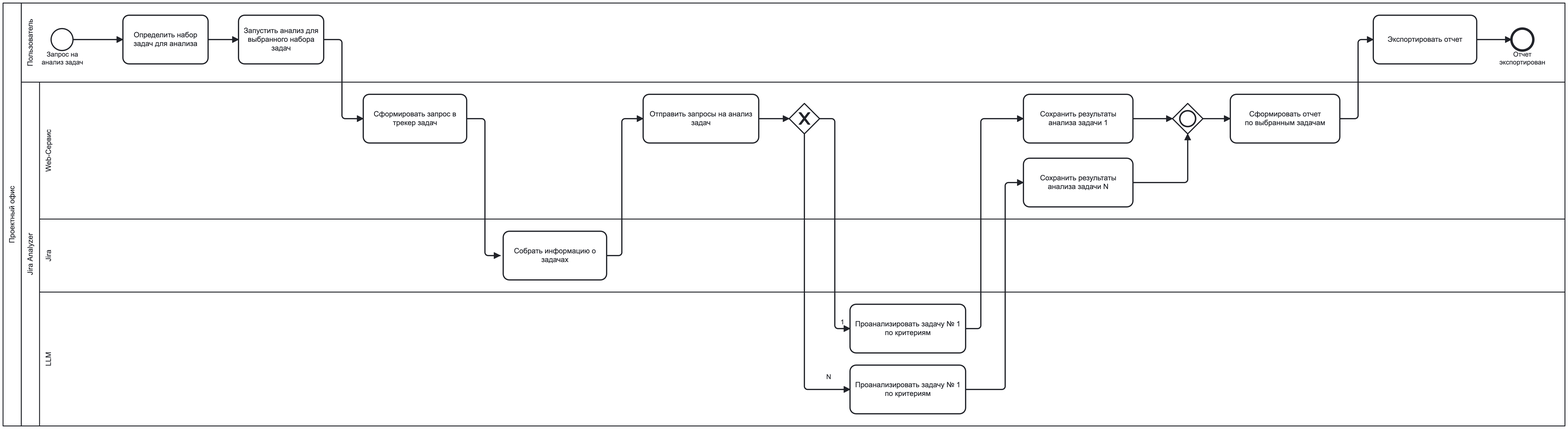
vladuslavivanov/jira_analyzer keeps this BPMN diagram as docs/resources/BPMN/TO_BE_detailed.png. Above is the earlier version. Its source is kept beside it as docs/resources/BPMN/TO_BE_detailed.bpmn. Ids are renumbered.
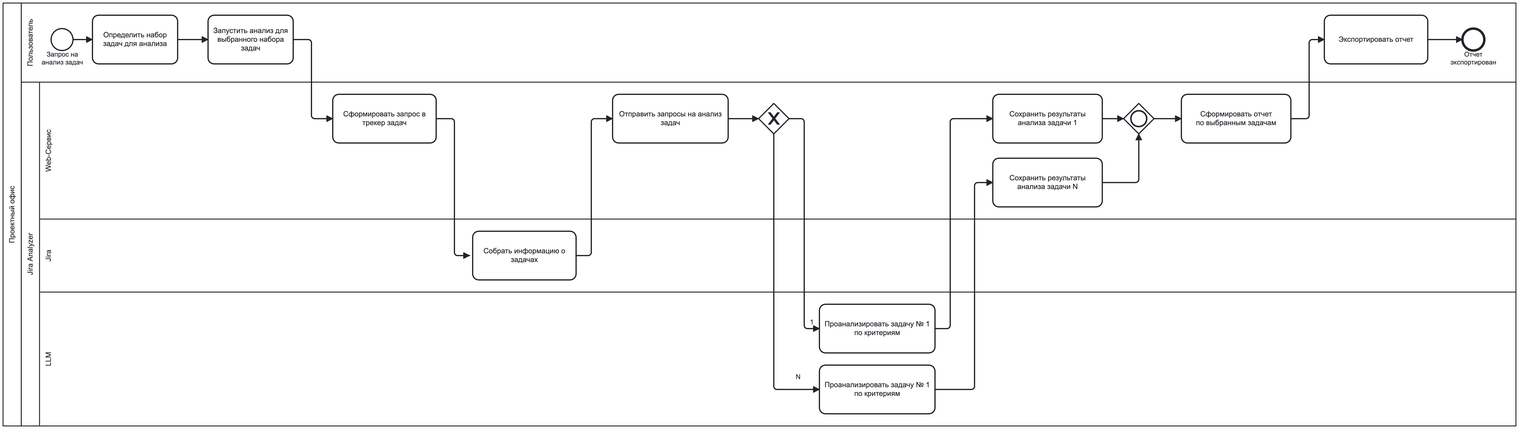
After the commit.

Commit message:
update spaces on BPMN diagrams to make it similar

Diff of the diagram source:
```diff
@@ -48,10 +48,6 @@
     <bpmn:sequenceFlow id="Flow_7" sourceRef="Task_SendJiraRequest" targetRef="Activity_n4" />
     <bpmn:sequenceFlow id="Flow_n21" sourceRef="Task_OpenAnalyzer" targetRef="Activity_n18" />
     <bpmn:sequenceFlow id="Flow_1" sourceRef="StartEvent_1" targetRef="Task_OpenAnalyzer" />
-    <bpmn:task id="Task_OpenAnalyzer" name="Определить набор задач для анализа">
-      <bpmn:incoming>Flow_1</bpmn:incoming>
-      <bpmn:outgoing>Flow_n21</bpmn:outgoing>
-    </bpmn:task>
     <bpmn:startEvent id="StartEvent_1" name="Запрос на анализ задач">
       <bpmn:outgoing>Flow_1</bpmn:outgoing>
     </bpmn:startEvent>
@@ -63,11 +59,15 @@
     <bpmn:sequenceFlow id="Flow_n27" sourceRef="Gateway_n11" targetRef="Activity_n12" />
     <bpmn:sequenceFlow id="Flow_n28" sourceRef="Activity_n10" targetRef="Gateway_n11" />
     <bpmn:sequenceFlow id="Flow_n29" sourceRef="Activity_n9" targetRef="Gateway_n11" />
+    <bpmn:sequenceFlow id="Flow_n30" sourceRef="Activity_n18" targetRef="Task_SendJiraRequest" />
+    <bpmn:task id="Task_OpenAnalyzer" name="Определить набор задач для анализа">
+      <bpmn:incoming>Flow_1</bpmn:incoming>
+      <bpmn:outgoing>Flow_n21</bpmn:outgoing>
+    </bpmn:task>
     <bpmn:task id="Activity_n4" name="Собрать информацию о задачах">
       <bpmn:incoming>Flow_7</bpmn:incoming>
       <bpmn:outgoing>Flow_n20</bpmn:outgoing>
     </bpmn:task>
-    <bpmn:sequenceFlow id="Flow_n30" sourceRef="Activity_n18" targetRef="Task_SendJiraRequest" />
     <bpmn:task id="Activity_n18" name="Запустить анализ для выбранного набора задач">
       <bpmn:incoming>Flow_n21</bpmn:incoming>
       <bpmn:outgoing>Flow_n30</bpmn:outgoing>
@@ -110,38 +110,38 @@
       <bpmn:incoming>Flow_n27</bpmn:incoming>
       <bpmn:outgoing>Flow_n19</bpmn:outgoing>
     </bpmn:task>
+    <bpmn:endEvent id="EndEvent_1" name="Отчет экспортирован">
+      <bpmn:incoming>Flow_19</bpmn:incoming>
+    </bpmn:endEvent>
     <bpmn:task id="Task_ExportReport" name="Экспортировать отчет">
       <bpmn:incoming>Flow_n19</bpmn:incoming>
       <bpmn:outgoing>Flow_19</bpmn:outgoing>
     </bpmn:task>
-    <bpmn:endEvent id="EndEvent_1" name="Отчет экспортирован">
-      <bpmn:incoming>Flow_19</bpmn:incoming>
-    </bpmn:endEvent>
   </bpmn:process>
   <bpmndi:BPMNDiagram id="BPMNDiagram_1">
     <bpmndi:BPMNPlane id="BPMNPlane_1" bpmnElement="Collaboration_n1">
       <bpmndi:BPMNShape id="Participant_n2_di" bpmnElement="Participant_n2" isHorizontal="true">
-        <dc:Bounds x="153" y="85" width="2567" height="695" />
+        <dc:Bounds x="153" y="85" width="2487" height="695" />
         <bpmndi:BPMNLabel />
       </bpmndi:BPMNShape>
       <bpmndi:BPMNShape id="Lane_n17_di" bpmnElement="Lane_n17" isHorizontal="true">
-        <dc:Bounds x="183" y="85" width="2537" height="130" />
+        <dc:Bounds x="183" y="85" width="2457" height="130" />
         <bpmndi:BPMNLabel />
       </bpmndi:BPMNShape>
       <bpmndi:BPMNShape id="Lane_n3_di" bpmnElement="Lane_n3" isHorizontal="true">
-        <dc:Bounds x="183" y="215" width="2537" height="565" />
+        <dc:Bounds x="183" y="215" width="2457" height="565" />
+        <bpmndi:BPMNLabel />
+      </bpmndi:BPMNShape>
+      <bpmndi:BPMNShape id="Lane_n16_di" bpmnElement="Lane_n16" isHorizontal="true">
+        <dc:Bounds x="213" y="560" width="2427" height="220" />
+        <bpmndi:BPMNLabel />
+      </bpmndi:BPMNShape>
+      <bpmndi:BPMNShape id="Lane_n15_di" bpmnElement="Lane_n15" isHorizontal="true">
+        <dc:Bounds x="213" y="440" width="2427" height="120" />
         <bpmndi:BPMNLabel />
       </bpmndi:BPMNShape>
       <bpmndi:BPMNShape id="Lane_n14_di" bpmnElement="Lane_n14" isHorizontal="true">
-        <dc:Bounds x="213" y="215" width="2507" height="225" />
-        <bpmndi:BPMNLabel />
-      </bpmndi:BPMNShape>
-      <bpmndi:BPMNShape id="Lane_n15_di" bpmnElement="Lane_n15" isHorizontal="true">
-        <dc:Bounds x="213" y="440" width="2507" height="120" />
-        <bpmndi:BPMNLabel />
-      </bpmndi:BPMNShape>
-      <bpmndi:BPMNShape id="Lane_n16_di" bpmnElement="Lane_n16" isHorizontal="true">
-        <dc:Bounds x="213" y="560" width="2507" height="220" />
+        <dc:Bounds x="213" y="215" width="2427" height="225" />
         <bpmndi:BPMNLabel />
       </bpmndi:BPMNShape>
       <bpmndi:BPMNShape id="StartEvent_1_di" bpmnElement="StartEvent_1">
@@ -151,141 +151,141 @@
         </bpmndi:BPMNLabel>
       </bpmndi:BPMNShape>
       <bpmndi:BPMNShape id="Task_OpenAnalyzer_di" bpmnElement="Task_OpenAnalyzer">
-        <dc:Bounds x="350" y="105" width="140" height="80" />
+        <dc:Bounds x="300" y="105" width="140" height="80" />
         <bpmndi:BPMNLabel />
       </bpmndi:BPMNShape>
       <bpmndi:BPMNShape id="BPMNShape_n31" bpmnElement="Activity_n4">
-        <dc:Bounds x="975" y="460" width="170" height="80" />
+        <dc:Bounds x="925" y="460" width="170" height="80" />
         <bpmndi:BPMNLabel />
       </bpmndi:BPMNShape>
       <bpmndi:BPMNShape id="BPMNShape_n32" bpmnElement="Activity_n18">
-        <dc:Bounds x="540" y="105" width="140" height="80" />
+        <dc:Bounds x="490" y="105" width="140" height="80" />
         <bpmndi:BPMNLabel />
       </bpmndi:BPMNShape>
       <bpmndi:BPMNShape id="Task_SendJiraRequest_di" bpmnElement="Task_SendJiraRequest">
-        <dc:Bounds x="745" y="235" width="170" height="80" />
+        <dc:Bounds x="695" y="235" width="170" height="80" />
         <bpmndi:BPMNLabel />
       </bpmndi:BPMNShape>
       <bpmndi:BPMNShape id="BPMNShape_n33" bpmnElement="Activity_n5">
-        <dc:Bounds x="1205" y="235" width="190" height="80" />
+        <dc:Bounds x="1155" y="235" width="190" height="80" />
         <bpmndi:BPMNLabel />
       </bpmndi:BPMNShape>
       <bpmndi:BPMNShape id="Gateway_n6_di" bpmnElement="Gateway_n6" isMarkerVisible="true">
-        <dc:Bounds x="1445" y="250" width="50" height="50" />
+        <dc:Bounds x="1395" y="250" width="50" height="50" />
       </bpmndi:BPMNShape>
       <bpmndi:BPMNShape id="BPMNShape_n34" bpmnElement="Activity_n7">
-        <dc:Bounds x="1545" y="580" width="190" height="80" />
+        <dc:Bounds x="1495" y="580" width="190" height="80" />
         <bpmndi:BPMNLabel />
       </bpmndi:BPMNShape>
       <bpmndi:BPMNShape id="BPMNShape_n35" bpmnElement="Activity_n8">
-        <dc:Bounds x="1545" y="680" width="190" height="80" />
+        <dc:Bounds x="1495" y="680" width="190" height="80" />
         <bpmndi:BPMNLabel />
       </bpmndi:BPMNShape>
       <bpmndi:BPMNShape id="BPMNShape_n36" bpmnElement="Activity_n9">
-        <dc:Bounds x="1830" y="340" width="180" height="80" />
+        <dc:Bounds x="1780" y="340" width="180" height="80" />
         <bpmndi:BPMNLabel />
       </bpmndi:BPMNShape>
       <bpmndi:BPMNShape id="BPMNShape_n37" bpmnElement="Activity_n10">
-        <dc:Bounds x="1830" y="235" width="180" height="80" />
+        <dc:Bounds x="1780" y="235" width="180" height="80" />
         <bpmndi:BPMNLabel />
       </bpmndi:BPMNShape>
       <bpmndi:BPMNShape id="Gateway_0gbkm37_di" bpmnElement="Gateway_n11">
-        <dc:Bounds x="2075" y="250" width="50" height="50" />
+        <dc:Bounds x="1995" y="250" width="50" height="50" />
       </bpmndi:BPMNShape>
       <bpmndi:BPMNShape id="BPMNShape_n38" bpmnElement="Activity_n12">
-        <dc:Bounds x="2170" y="235" width="180" height="80" />
+        <dc:Bounds x="2090" y="235" width="180" height="80" />
         <bpmndi:BPMNLabel />
       </bpmndi:BPMNShape>
       <bpmndi:BPMNShape id="Task_ExportReport_di" bpmnElement="Task_ExportReport">
-        <dc:Bounds x="2405" y="105" width="170" height="80" />
+        <dc:Bounds x="2325" y="105" width="170" height="80" />
       </bpmndi:BPMNShape>
       <bpmndi:BPMNShape id="EndEvent_1_di" bpmnElement="EndEvent_1">
-        <dc:Bounds x="2632" y="127" width="36" height="36" />
+        <dc:Bounds x="2552" y="127" width="36" height="36" />
         <bpmndi:BPMNLabel>
-          <dc:Bounds x="2612" y="163" width="76" height="27" />
+          <dc:Bounds x="2532" y="163" width="76" height="27" />
         </bpmndi:BPMNLabel>
       </bpmndi:BPMNShape>
+      <bpmndi:BPMNEdge id="Flow_19_di" bpmnElement="Flow_19">
+        <di:waypoint x="2495" y="145" />
+        <di:waypoint x="2552" y="145" />
+      </bpmndi:BPMNEdge>
+      <bpmndi:BPMNEdge id="Flow_n19_di" bpmnElement="Flow_n19">
+        <di:waypoint x="2270" y="275" />
+        <di:waypoint x="2300" y="275" />
+        <di:waypoint x="2300" y="145" />
+        <di:waypoint x="2325" y="145" />
+      </bpmndi:BPMNEdge>
+      <bpmndi:BPMNEdge id="Flow_n20_di" bpmnElement="Flow_n20">
+        <di:waypoint x="1095" y="500" />
+        <di:waypoint x="1120" y="500" />
+        <di:waypoint x="1120" y="275" />
+        <di:waypoint x="1155" y="275" />
+      </bpmndi:BPMNEdge>
+      <bpmndi:BPMNEdge id="Flow_7_di" bpmnElement="Flow_7">
+        <di:waypoint x="865" y="275" />
+        <di:waypoint x="895" y="275" />
+        <di:waypoint x="895" y="500" />
+        <di:waypoint x="920" y="500" />
+      </bpmndi:BPMNEdge>
+      <bpmndi:BPMNEdge id="Flow_n21_di" bpmnElement="Flow_n21">
+        <di:waypoint x="440" y="145" />
+        <di:waypoint x="490" y="145" />
+      </bpmndi:BPMNEdge>
       <bpmndi:BPMNEdge id="Flow_1_di" bpmnElement="Flow_1">
         <di:waypoint x="268" y="145" />
-        <di:waypoint x="350" y="145" />
-      </bpmndi:BPMNEdge>
-      <bpmndi:BPMNEdge id="Flow_n21_di" bpmnElement="Flow_n21">
-        <di:waypoint x="490" y="145" />
-        <di:waypoint x="540" y="145" />
-      </bpmndi:BPMNEdge>
-      <bpmndi:BPMNEdge id="Flow_7_di" bpmnElement="Flow_7">
-        <di:waypoint x="915" y="275" />
-        <di:waypoint x="945" y="275" />
-        <di:waypoint x="945" y="500" />
-        <di:waypoint x="970" y="500" />
-      </bpmndi:BPMNEdge>
-      <bpmndi:BPMNEdge id="Flow_n19_di" bpmnElement="Flow_n19">
-        <di:waypoint x="2350" y="275" />
-        <di:waypoint x="2380" y="275" />
-        <di:waypoint x="2380" y="145" />
-        <di:waypoint x="2405" y="145" />
-      </bpmndi:BPMNEdge>
-      <bpmndi:BPMNEdge id="Flow_19_di" bpmnElement="Flow_19">
-        <di:waypoint x="2575" y="145" />
-        <di:waypoint x="2632" y="145" />
-      </bpmndi:BPMNEdge>
-      <bpmndi:BPMNEdge id="Flow_n20_di" bpmnElement="Flow_n20">
-        <di:waypoint x="1145" y="500" />
-        <di:waypoint x="1170" y="500" />
-        <di:waypoint x="1170" y="275" />
-        <di:waypoint x="1205" y="275" />
+        <di:waypoint x="300" y="145" />
       </bpmndi:BPMNEdge>
       <bpmndi:BPMNEdge id="Flow_n22_di" bpmnElement="Flow_n22">
+        <di:waypoint x="1345" y="275" />
         <di:waypoint x="1395" y="275" />
-        <di:waypoint x="1445" y="275" />
       </bpmndi:BPMNEdge>
       <bpmndi:BPMNEdge id="Flow_n23_di" bpmnElement="Flow_n23">
-        <di:waypoint x="1495" y="275" />
-        <di:waypoint x="1520" y="275" />
-        <di:waypoint x="1520" y="620" />
-        <di:waypoint x="1545" y="620" />
+        <di:waypoint x="1445" y="275" />
+        <di:waypoint x="1470" y="275" />
+        <di:waypoint x="1470" y="620" />
+        <di:waypoint x="1495" y="620" />
         <bpmndi:BPMNLabel>
-          <dc:Bounds x="1526" y="603" width="13" height="14" />
+          <dc:Bounds x="1479" y="603" width="7" height="14" />
         </bpmndi:BPMNLabel>
       </bpmndi:BPMNEdge>
       <bpmndi:BPMNEdge id="Flow_n24_di" bpmnElement="Flow_n24">
-        <di:waypoint x="1470" y="300" />
-        <di:waypoint x="1470" y="720" />
-        <di:waypoint x="1545" y="720" />
+        <di:waypoint x="1420" y="300" />
+        <di:waypoint x="1420" y="720" />
+        <di:waypoint x="1495" y="720" />
         <bpmndi:BPMNLabel>
-          <dc:Bounds x="1503" y="693" width="14" height="14" />
+          <dc:Bounds x="1456" y="693" width="8" height="14" />
         </bpmndi:BPMNLabel>
       </bpmndi:BPMNEdge>
       <bpmndi:BPMNEdge id="Flow_n25_di" bpmnElement="Flow_n25">
-        <di:waypoint x="1735" y="620" />
-        <di:waypoint x="1760" y="620" />
-        <di:waypoint x="1760" y="275" />
-        <di:waypoint x="1830" y="275" />
+        <di:waypoint x="1685" y="620" />
+        <di:waypoint x="1710" y="620" />
+        <di:waypoint x="1710" y="275" />
+        <di:waypoint x="1780" y="275" />
       </bpmndi:BPMNEdge>
       <bpmndi:BPMNEdge id="Flow_n26_di" bpmnElement="Flow_n26">
-        <di:waypoint x="1735" y="720" />
-        <di:waypoint x="1800" y="720" />
-        <di:waypoint x="1800" y="380" />
-        <di:waypoint x="1830" y="380" />
+        <di:waypoint x="1685" y="720" />
+        <di:waypoint x="1750" y="720" />
+        <di:waypoint x="1750" y="380" />
+        <di:waypoint x="1780" y="380" />
       </bpmndi:BPMNEdge>
       <bpmndi:BPMNEdge id="Flow_n27_di" bpmnElement="Flow_n27">
-        <di:waypoint x="2125" y="275" />
-        <di:waypoint x="2170" y="275" />
+        <di:waypoint x="2045" y="275" />
+        <di:waypoint x="2090" y="275" />
       </bpmndi:BPMNEdge>
       <bpmndi:BPMNEdge id="Flow_n28_di" bpmnElement="Flow_n28">
-        <di:waypoint x="2010" y="275" />
-        <di:waypoint x="2075" y="275" />
+        <di:waypoint x="1960" y="275" />
+        <di:waypoint x="1995" y="275" />
       </bpmndi:BPMNEdge>
       <bpmndi:BPMNEdge id="Flow_n29_di" bpmnElement="Flow_n29">
-        <di:waypoint x="2010" y="380" />
-        <di:waypoint x="2100" y="380" />
-        <di:waypoint x="2100" y="300" />
+        <di:waypoint x="1960" y="380" />
+        <di:waypoint x="2020" y="380" />
+        <di:waypoint x="2020" y="300" />
       </bpmndi:BPMNEdge>
       <bpmndi:BPMNEdge id="Flow_n30_di" bpmnElement="Flow_n30">
-        <di:waypoint x="680" y="145" />
-        <di:waypoint x="710" y="145" />
-        <di:waypoint x="710" y="275" />
-        <di:waypoint x="745" y="275" />
+        <di:waypoint x="630" y="145" />
+        <di:waypoint x="660" y="145" />
+        <di:waypoint x="660" y="275" />
+        <di:waypoint x="695" y="275" />
       </bpmndi:BPMNEdge>
     </bpmndi:BPMNPlane>
   </bpmndi:BPMNDiagram>
```
